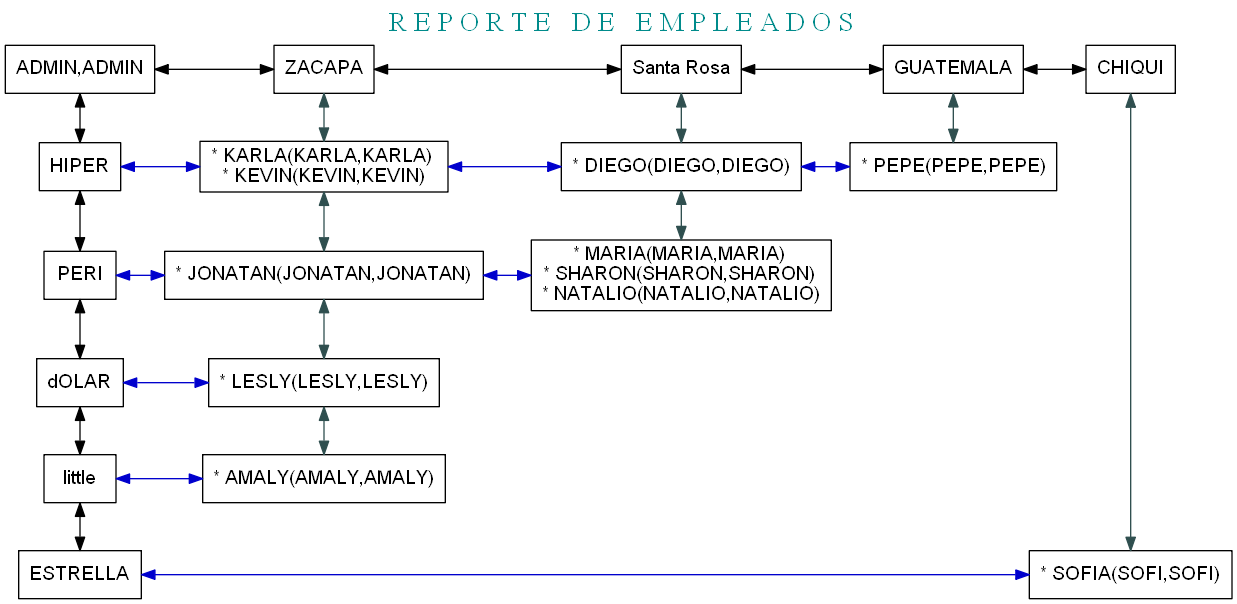
The Graphviz diagram P1_VJ2020/ReporteMatriz.png in KimberlyEstupe/P1_VJ2020, before a commit. Its source is kept beside it as P1_VJ2020/ReporteMatriz.dot.
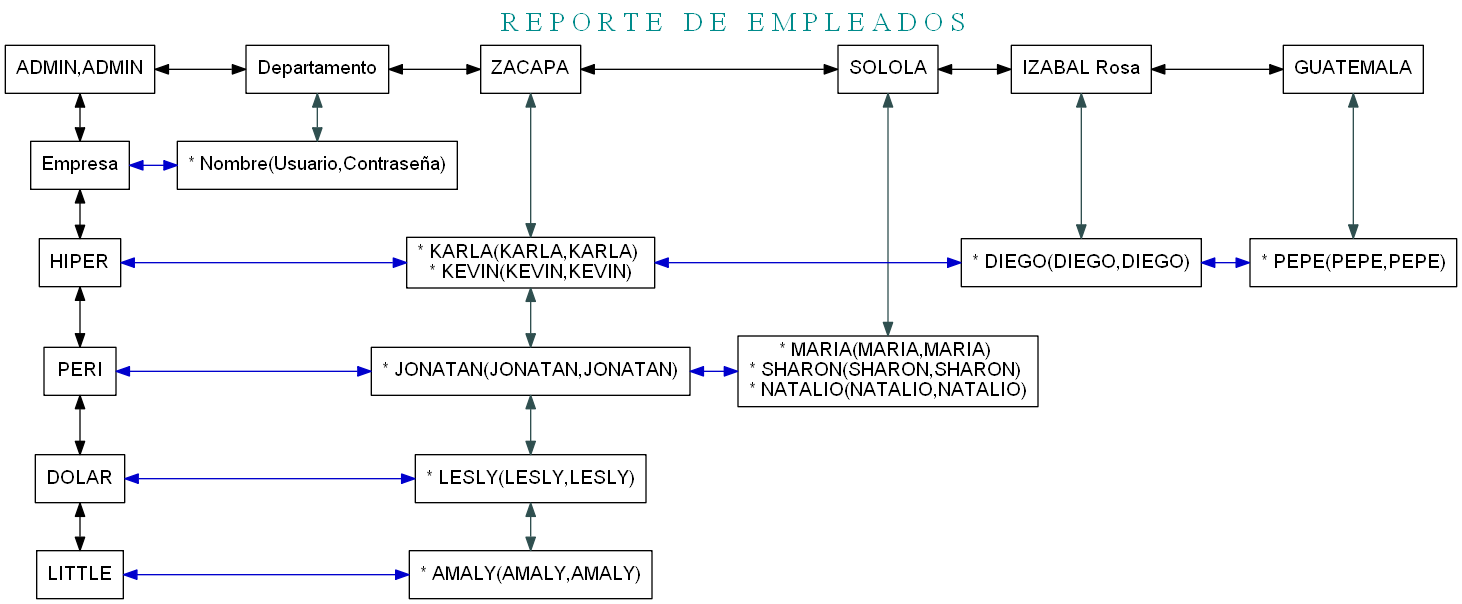
After the change.

What changed in the source:
```diff
@@ -9,62 +9,64 @@
   {rank=same
      NodoX0  [label= "ADMIN,ADMIN" , group=0]
      NodoX0 ->  NodoX1[dir=both]
-     NodoX1  [label= "ZACAPA" , group=1]
+     NodoX1  [label= "Departamento" , group=1]
      NodoX1 ->  NodoX2[dir=both]
-     NodoX2  [label= "Santa Rosa" , group=2]
+     NodoX2  [label= "ZACAPA" , group=2]
      NodoX2 ->  NodoX3[dir=both]
-     NodoX3  [label= "GUATEMALA" , group=3]
+     NodoX3  [label= "SOLOLA" , group=3]
      NodoX3 ->  NodoX4[dir=both]
-     NodoX4  [label= "CHIQUI" , group=4]
+     NodoX4  [label= "IZABAL Rosa" , group=4]
+     NodoX4 ->  NodoX5[dir=both]
+     NodoX5  [label= "GUATEMALA" , group=5]
   }
 
    NodoX0 ->  NodoY1[dir=both]
-   NodoY1  [label= "HIPER" , group=0]
+   NodoY1  [label= "Empresa" , group=0]
    NodoY1 ->  NodoY2[dir=both]
-   NodoY2  [label= "PERI" , group= 0]
+   NodoY2  [label= "HIPER" , group= 0]
    NodoY2 ->  NodoY3[dir=both]
-   NodoY3  [label= "dOLAR" , group= 0]
+   NodoY3  [label= "PERI" , group= 0]
    NodoY3 ->  NodoY4[dir=both]
-   NodoY4  [label= "little" , group= 0]
+   NodoY4  [label= "DOLAR" , group= 0]
    NodoY4 ->  NodoY5[dir=both]
-   NodoY5  [label= "ESTRELLA" , group= 0]
+   NodoY5  [label= "LITTLE" , group= 0]
 
   {rank=same
      NodoY1 ->  Nodo11 [color=blue3][dir=both]
-     Nodo11  [label= "* KARLA(KARLA,KARLA)
-* KEVIN(KEVIN,KEVIN)" , group=1]
-     Nodo11 ->  Nodo21 [color=blue3][dir=both]
-     Nodo21  [label= "* DIEGO(DIEGO,DIEGO)" , group=2]
-     Nodo21 ->  Nodo31 [color=blue3][dir=both]
-     Nodo31  [label= "* PEPE(PEPE,PEPE)" , group=3]
+     Nodo11  [label= "* Nombre(Usuario,Contraseña)" , group=1]
   }
   {rank=same
-     NodoY2 ->  Nodo12 [color=blue3][dir=both]
-     Nodo12  [label= "* JONATAN(JONATAN,JONATAN)" , group=1]
-     Nodo12 ->  Nodo22 [color=blue3][dir=both]
-     Nodo22  [label= "* MARIA(MARIA,MARIA)
-* SHARON(SHARON,SHARON)
-* NATALIO(NATALIO,NATALIO)" , group=2]
+     NodoY2 ->  Nodo22 [color=blue3][dir=both]
+     Nodo22  [label= "* KARLA(KARLA,KARLA)
+* KEVIN(KEVIN,KEVIN)" , group=2]
+     Nodo22 ->  Nodo42 [color=blue3][dir=both]
+     Nodo42  [label= "* DIEGO(DIEGO,DIEGO)" , group=4]
+     Nodo42 ->  Nodo52 [color=blue3][dir=both]
+     Nodo52  [label= "* PEPE(PEPE,PEPE)" , group=5]
   }
   {rank=same
-     NodoY3 ->  Nodo13 [color=blue3][dir=both]
-     Nodo13  [label= "* LESLY(LESLY,LESLY)" , group=1]
+     NodoY3 ->  Nodo23 [color=blue3][dir=both]
+     Nodo23  [label= "* JONATAN(JONATAN,JONATAN)" , group=2]
+     Nodo23 ->  Nodo33 [color=blue3][dir=both]
+     Nodo33  [label= "* MARIA(MARIA,MARIA)
+* SHARON(SHARON,SHARON)
+* NATALIO(NATALIO,NATALIO)" , group=3]
   }
   {rank=same
-     NodoY4 ->  Nodo14 [color=blue3][dir=both]
-     Nodo14  [label= "* AMALY(AMALY,AMALY)" , group=1]
+     NodoY4 ->  Nodo24 [color=blue3][dir=both]
+     Nodo24  [label= "* LESLY(LESLY,LESLY)" , group=2]
   }
   {rank=same
-     NodoY5 ->  Nodo45 [color=blue3][dir=both]
-     Nodo45  [label= "* SOFIA(SOFI,SOFI)" , group=4]
+     NodoY5 ->  Nodo25 [color=blue3][dir=both]
+     Nodo25  [label= "* AMALY(AMALY,AMALY)" , group=2]
   }
 
    NodoX1 ->  Nodo11 [color=darkslategrey][dir=both]
-   Nodo11 ->  Nodo12 [color=darkslategrey][dir=both]
-   Nodo12 ->  Nodo13 [color=darkslategrey][dir=both]
-   Nodo13 ->  Nodo14 [color=darkslategrey][dir=both]
-   NodoX2 ->  Nodo21 [color=darkslategrey][dir=both]
-   Nodo21 ->  Nodo22 [color=darkslategrey][dir=both]
-   NodoX3 ->  Nodo31 [color=darkslategrey][dir=both]
-   NodoX4 ->  Nodo45 [color=darkslategrey][dir=both]
+   NodoX2 ->  Nodo22 [color=darkslategrey][dir=both]
+   Nodo22 ->  Nodo23 [color=darkslategrey][dir=both]
+   Nodo23 ->  Nodo24 [color=darkslategrey][dir=both]
+   Nodo24 ->  Nodo25 [color=darkslategrey][dir=both]
+   NodoX3 ->  Nodo33 [color=darkslategrey][dir=both]
+   NodoX4 ->  Nodo42 [color=darkslategrey][dir=both]
+   NodoX5 ->  Nodo52 [color=darkslategrey][dir=both]
 }
```
